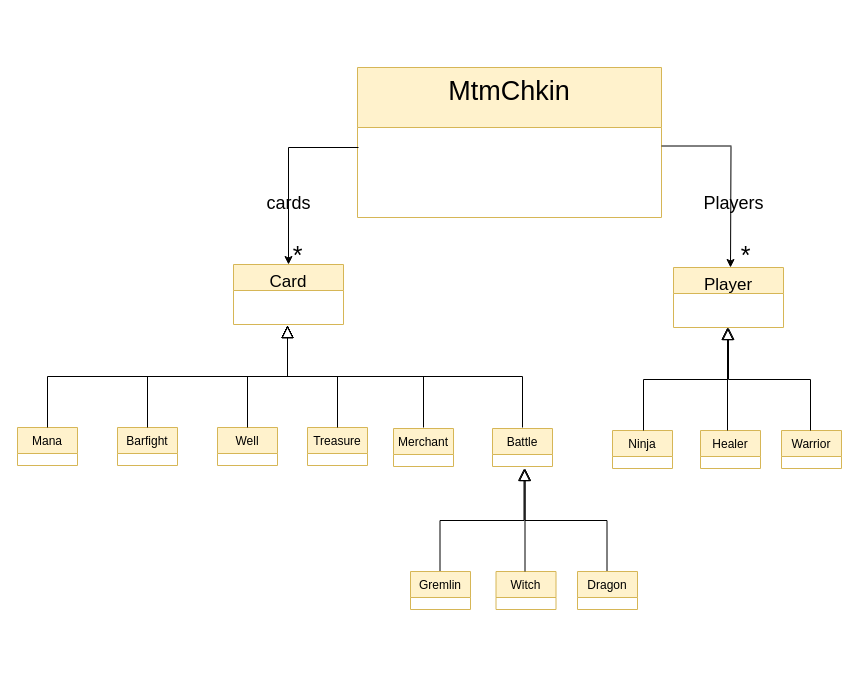
jonahtan1995/project-Cpp keeps this draw.io diagram as Copy of Untitled Diagram.drawio. Above is the earlier version. Source tidied: cells renumbered, new cells numbered last; positions are measured from the earlier drawing's top-left corner, leaving out a move shared by most shapes. Both pictures are drawn from the tidied source at 100%, with x=0, y=0 at pixel (17, 67).
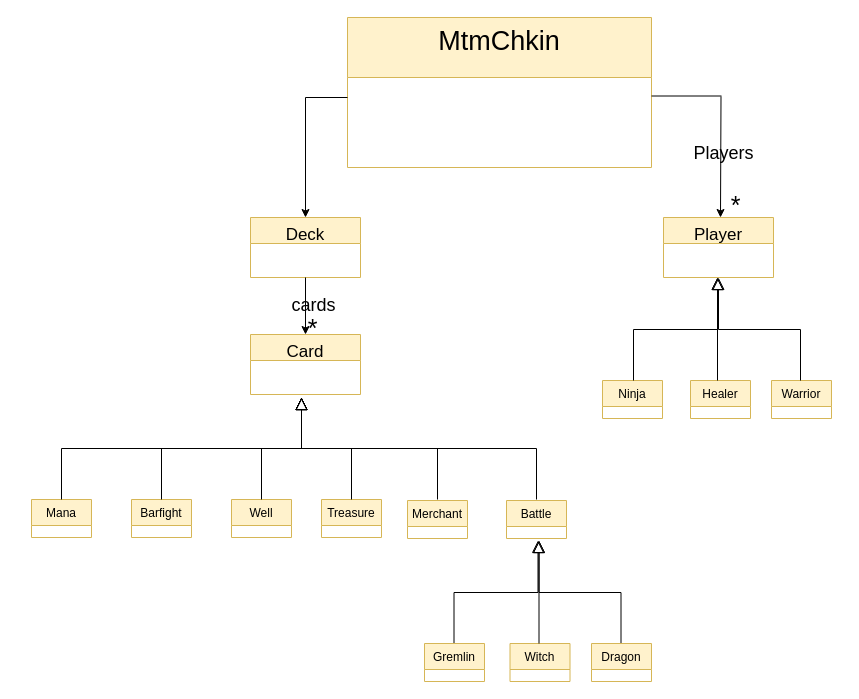
After the change.

Diff of the diagram source:
```diff
@@
     <mxCell id="2" value="Mana" style="swimlane;fontStyle=0;align=center;verticalAlign=top;horizontal=1;startSize=26;rounded=0;shadow=0;strokeWidth=1;fontSize=12;fillColor=#fff2cc;strokeColor=#d6b656;" parent="1" vertex="1">
-      <mxGeometry y="360" width="60" height="38" as="geometry" />
+      <mxGeometry x="14" y="432" width="60" height="38" as="geometry" />
     </mxCell>
     <mxCell id="3" style="endArrow=block;endSize=10;endFill=0;shadow=0;strokeWidth=1;rounded=0;edgeStyle=elbowEdgeStyle;elbow=vertical;fontSize=12;" parent="1" edge="1" source="2">
       <mxGeometry relative="1" as="geometry">
-        <mxPoint x="270" y="258" as="targetPoint" />
+        <mxPoint x="284" y="330" as="targetPoint" />
       </mxGeometry>
     </mxCell>
     <mxCell id="4" value="Well" style="swimlane;fontStyle=0;align=center;verticalAlign=top;horizontal=1;startSize=26;rounded=0;shadow=0;strokeWidth=1;fontSize=12;fillColor=#fff2cc;strokeColor=#d6b656;" parent="1" vertex="1">
-      <mxGeometry x="200" y="360" width="60" height="38" as="geometry" />
+      <mxGeometry x="214" y="432" width="60" height="38" as="geometry" />
     </mxCell>
     <mxCell id="5" value="Barfight" style="swimlane;fontStyle=0;align=center;verticalAlign=top;horizontal=1;startSize=26;rounded=0;shadow=0;strokeWidth=1;fontSize=12;fillColor=#fff2cc;strokeColor=#d6b656;" parent="1" vertex="1">
-      <mxGeometry x="100" y="360" width="60" height="38" as="geometry" />
+      <mxGeometry x="114" y="432" width="60" height="38" as="geometry" />
     </mxCell>
     <mxCell id="6" value="Treasure" style="swimlane;fontStyle=0;align=center;verticalAlign=top;horizontal=1;startSize=26;rounded=0;shadow=0;strokeWidth=1;fontSize=12;fillColor=#fff2cc;strokeColor=#d6b656;" parent="1" vertex="1">
-      <mxGeometry x="290" y="360" width="60" height="38" as="geometry" />
+      <mxGeometry x="304" y="432" width="60" height="38" as="geometry" />
     </mxCell>
     <mxCell id="7" value="Merchant" style="swimlane;fontStyle=0;align=center;verticalAlign=top;horizontal=1;startSize=26;rounded=0;shadow=0;strokeWidth=1;fontSize=12;fillColor=#fff2cc;strokeColor=#d6b656;" parent="1" vertex="1">
-      <mxGeometry x="376" y="361" width="60" height="38" as="geometry" />
+      <mxGeometry x="390" y="433" width="60" height="38" as="geometry" />
     </mxCell>
     <mxCell id="8" value="Ninja" style="swimlane;fontStyle=0;align=center;verticalAlign=top;horizontal=1;startSize=26;rounded=0;shadow=0;strokeWidth=1;fontSize=12;fillColor=#fff2cc;strokeColor=#d6b656;" parent="1" vertex="1">
-      <mxGeometry x="595" y="363" width="60" height="38" as="geometry" />
+      <mxGeometry x="585" y="313" width="60" height="38" as="geometry" />
     </mxCell>
     <mxCell id="9" value="Battle" style="swimlane;fontStyle=0;align=center;verticalAlign=top;horizontal=1;startSize=26;rounded=0;shadow=0;strokeWidth=1;fontSize=12;fillColor=#fff2cc;strokeColor=#d6b656;" parent="1" vertex="1">
-      <mxGeometry x="475" y="361" width="60" height="38" as="geometry" />
+      <mxGeometry x="489" y="433" width="60" height="38" as="geometry" />
     </mxCell>
     <mxCell id="10" value="Healer" style="swimlane;fontStyle=0;align=center;verticalAlign=top;horizontal=1;startSize=26;rounded=0;shadow=0;strokeWidth=1;fontSize=12;fillColor=#fff2cc;strokeColor=#d6b656;" parent="1" vertex="1">
-      <mxGeometry x="683" y="363" width="60" height="38" as="geometry" />
+      <mxGeometry x="673" y="313" width="60" height="38" as="geometry" />
     </mxCell>
     <mxCell id="11" value="Warrior" style="swimlane;fontStyle=0;align=center;verticalAlign=top;horizontal=1;startSize=26;rounded=0;shadow=0;strokeWidth=1;fontSize=12;fillColor=#fff2cc;strokeColor=#d6b656;" parent="1" vertex="1">
-      <mxGeometry x="764" y="363" width="60" height="38" as="geometry" />
+      <mxGeometry x="754" y="313" width="60" height="38" as="geometry" />
     </mxCell>
     <mxCell id="12" style="endArrow=block;endSize=10;endFill=0;shadow=0;strokeWidth=1;rounded=0;edgeStyle=elbowEdgeStyle;elbow=vertical;fontSize=12;" parent="1" edge="1">
       <mxGeometry relative="1" as="geometry">
-        <mxPoint x="130" y="360" as="sourcePoint" />
-        <mxPoint x="270" y="258" as="targetPoint" />
+        <mxPoint x="144" y="432" as="sourcePoint" />
+        <mxPoint x="284" y="330" as="targetPoint" />
       </mxGeometry>
     </mxCell>
     <mxCell id="13" style="endArrow=block;endSize=10;endFill=0;shadow=0;strokeWidth=1;rounded=0;edgeStyle=elbowEdgeStyle;elbow=vertical;fontSize=12;" parent="1" edge="1">
       <mxGeometry relative="1" as="geometry">
-        <mxPoint x="230" y="360" as="sourcePoint" />
-        <mxPoint x="270" y="258" as="targetPoint" />
+        <mxPoint x="244" y="432" as="sourcePoint" />
+        <mxPoint x="284" y="330" as="targetPoint" />
       </mxGeometry>
     </mxCell>
     <mxCell id="14" style="endArrow=block;endSize=10;endFill=0;shadow=0;strokeWidth=1;rounded=0;edgeStyle=elbowEdgeStyle;elbow=vertical;fontSize=12;" parent="1" edge="1">
       <mxGeometry relative="1" as="geometry">
-        <mxPoint x="320" y="360" as="sourcePoint" />
-        <mxPoint x="270" y="258" as="targetPoint" />
+        <mxPoint x="334" y="432" as="sourcePoint" />
+        <mxPoint x="284" y="330" as="targetPoint" />
       </mxGeometry>
     </mxCell>
     <mxCell id="15" style="endArrow=block;endSize=10;endFill=0;shadow=0;strokeWidth=1;rounded=0;edgeStyle=elbowEdgeStyle;elbow=vertical;fontSize=12;" parent="1" edge="1">
       <mxGeometry relative="1" as="geometry">
-        <mxPoint x="406" y="360" as="sourcePoint" />
-        <mxPoint x="270" y="258" as="targetPoint" />
+        <mxPoint x="420" y="432" as="sourcePoint" />
+        <mxPoint x="284" y="330" as="targetPoint" />
       </mxGeometry>
     </mxCell>
     <mxCell id="16" style="endArrow=block;endSize=10;endFill=0;shadow=0;strokeWidth=1;rounded=0;edgeStyle=elbowEdgeStyle;elbow=vertical;fontSize=12;" parent="1" edge="1">
       <mxGeometry relative="1" as="geometry">
-        <mxPoint x="505" y="360" as="sourcePoint" />
-        <mxPoint x="270" y="258" as="targetPoint" />
+        <mxPoint x="519" y="432" as="sourcePoint" />
+        <mxPoint x="284" y="330" as="targetPoint" />
       </mxGeometry>
     </mxCell>
     <mxCell id="17" value="Card" style="swimlane;fontStyle=0;align=center;verticalAlign=top;horizontal=1;startSize=26;rounded=0;shadow=0;strokeWidth=1;fontSize=17;fillColor=#fff2cc;strokeColor=#d6b656;" parent="1" vertex="1">
-      <mxGeometry x="216" y="197" width="110" height="60" as="geometry" />
+      <mxGeometry x="233" y="267" width="110" height="60" as="geometry" />
     </mxCell>
     <mxCell id="18" value="Player" style="swimlane;fontStyle=0;align=center;verticalAlign=top;horizontal=1;startSize=26;rounded=0;shadow=0;strokeWidth=1;fontSize=17;fillColor=#fff2cc;strokeColor=#d6b656;" parent="1" vertex="1">
-      <mxGeometry x="656" y="200" width="110" height="60" as="geometry" />
+      <mxGeometry x="646" y="150" width="110" height="60" as="geometry" />
     </mxCell>
     <mxCell id="19" style="endArrow=block;endSize=10;endFill=0;shadow=0;strokeWidth=1;rounded=0;edgeStyle=elbowEdgeStyle;elbow=vertical;fontSize=12;entryX=0.5;entryY=1;entryDx=0;entryDy=0;" parent="1" edge="1" target="18">
       <mxGeometry relative="1" as="geometry">
-        <mxPoint x="793" y="363" as="sourcePoint" />
+        <mxPoint x="783" y="313" as="sourcePoint" />
       </mxGeometry>
     </mxCell>
     <mxCell id="20" style="endArrow=block;endSize=10;endFill=0;shadow=0;strokeWidth=1;rounded=0;edgeStyle=elbowEdgeStyle;elbow=vertical;fontSize=12;" parent="1" edge="1">
       <mxGeometry relative="1" as="geometry">
-        <mxPoint x="626" y="363" as="sourcePoint" />
-        <mxPoint x="710" y="260" as="targetPoint" />
+        <mxPoint x="616" y="313" as="sourcePoint" />
+        <mxPoint x="700" y="210" as="targetPoint" />
       </mxGeometry>
     </mxCell>
     <mxCell id="21" style="endArrow=block;endSize=10;endFill=0;shadow=0;strokeWidth=1;rounded=0;edgeStyle=elbowEdgeStyle;elbow=vertical;fontSize=12;" parent="1" edge="1">
       <mxGeometry relative="1" as="geometry">
-        <mxPoint x="710" y="363" as="sourcePoint" />
-        <mxPoint x="710" y="260" as="targetPoint" />
+        <mxPoint x="700" y="313" as="sourcePoint" />
+        <mxPoint x="700" y="210" as="targetPoint" />
       </mxGeometry>
     </mxCell>
     <mxCell id="22" value="MtmChkin" style="swimlane;fontStyle=0;align=center;verticalAlign=top;horizontal=1;startSize=60;rounded=0;shadow=0;strokeWidth=1;fontSize=27;fillColor=#fff2cc;strokeColor=#d6b656;" parent="1" vertex="1">
-      <mxGeometry x="340" width="304" height="150" as="geometry" />
+      <mxGeometry x="330" y="-50" width="304" height="150" as="geometry" />
     </mxCell>
-    <mxCell id="23" style="endArrow=classic;html=1;rounded=0;entryX=0.5;entryY=0;entryDx=0;entryDy=0;" parent="1" edge="1" target="17">
-      <mxGeometry relative="1" as="geometry">
-        <mxPoint x="271" y="80" as="sourcePoint" />
-      </mxGeometry>
-    </mxCell>
-    <mxCell id="24" style="endArrow=none;html=1;rounded=0;" parent="1" edge="1">
-      <mxGeometry relative="1" as="geometry">
-        <mxPoint x="271" y="80" as="sourcePoint" />
-        <mxPoint x="341" y="80" as="targetPoint" />
-      </mxGeometry>
-    </mxCell>
     <mxCell id="25" style="endArrow=none;html=1;rounded=0;" parent="1" edge="1">
       <mxGeometry relative="1" as="geometry">
-        <mxPoint x="644" y="78.5" as="sourcePoint" />
-        <mxPoint x="714" y="78.5" as="targetPoint" />
+        <mxPoint x="634" y="28.5" as="sourcePoint" />
+        <mxPoint x="704" y="28.5" as="targetPoint" />
       </mxGeometry>
     </mxCell>
     <mxCell id="26" style="endArrow=classic;html=1;rounded=0;" parent="1" edge="1">
       <mxGeometry relative="1" as="geometry">
-        <mxPoint x="713.5" y="79" as="sourcePoint" />
-        <mxPoint x="713" y="200" as="targetPoint" />
+        <mxPoint x="703.5" y="29" as="sourcePoint" />
+        <mxPoint x="703" y="150" as="targetPoint" />
       </mxGeometry>
     </mxCell>
     <mxCell id="27" value="Witch" style="swimlane;fontStyle=0;align=center;verticalAlign=top;horizontal=1;startSize=26;rounded=0;shadow=0;strokeWidth=1;fontSize=12;fillColor=#fff2cc;strokeColor=#d6b656;" parent="1" vertex="1">
-      <mxGeometry x="478.5" y="504" width="60" height="38" as="geometry" />
+      <mxGeometry x="492.5" y="576" width="60" height="38" as="geometry" />
     </mxCell>
     <mxCell id="28" style="endArrow=block;endSize=10;endFill=0;shadow=0;strokeWidth=1;rounded=0;edgeStyle=elbowEdgeStyle;elbow=vertical;fontSize=12;entryX=0.5;entryY=1;entryDx=0;entryDy=0;" parent="1" edge="1">
       <mxGeometry relative="1" as="geometry">
-        <mxPoint x="589.5" y="504" as="sourcePoint" />
-        <mxPoint x="507.5" y="401" as="targetPoint" />
+        <mxPoint x="603.5" y="576" as="sourcePoint" />
+        <mxPoint x="521.5" y="473" as="targetPoint" />
       </mxGeometry>
     </mxCell>
     <mxCell id="29" style="endArrow=block;endSize=10;endFill=0;shadow=0;strokeWidth=1;rounded=0;edgeStyle=elbowEdgeStyle;elbow=vertical;fontSize=12;" parent="1" edge="1">
       <mxGeometry relative="1" as="geometry">
-        <mxPoint x="422.5" y="504" as="sourcePoint" />
-        <mxPoint x="506.5" y="401" as="targetPoint" />
+        <mxPoint x="436.5" y="576" as="sourcePoint" />
+        <mxPoint x="520.5" y="473" as="targetPoint" />
       </mxGeometry>
     </mxCell>
     <mxCell id="30" style="endArrow=block;endSize=10;endFill=0;shadow=0;strokeWidth=1;rounded=0;edgeStyle=elbowEdgeStyle;elbow=vertical;fontSize=12;" parent="1" edge="1">
       <mxGeometry relative="1" as="geometry">
-        <mxPoint x="507.5" y="504" as="sourcePoint" />
-        <mxPoint x="507.5" y="401" as="targetPoint" />
+        <mxPoint x="521.5" y="576" as="sourcePoint" />
+        <mxPoint x="521.5" y="473" as="targetPoint" />
       </mxGeometry>
     </mxCell>
     <mxCell id="31" value="Dragon" style="swimlane;fontStyle=0;align=center;verticalAlign=top;horizontal=1;startSize=26;rounded=0;shadow=0;strokeWidth=1;fontSize=12;fillColor=#fff2cc;strokeColor=#d6b656;" parent="1" vertex="1">
-      <mxGeometry x="560" y="504" width="60" height="38" as="geometry" />
+      <mxGeometry x="574" y="576" width="60" height="38" as="geometry" />
     </mxCell>
     <mxCell id="32" value="Gremlin" style="swimlane;fontStyle=0;align=center;verticalAlign=top;horizontal=1;startSize=26;rounded=0;shadow=0;strokeWidth=1;fontSize=12;fillColor=#fff2cc;strokeColor=#d6b656;" parent="1" vertex="1">
-      <mxGeometry x="393" y="504" width="60" height="38" as="geometry" />
+      <mxGeometry x="407" y="576" width="60" height="38" as="geometry" />
     </mxCell>
     <mxCell id="33" value="*" style="text;html=1;align=center;verticalAlign=middle;strokeColor=none;fillColor=none;fontSize=25;" parent="1" vertex="1">
-      <mxGeometry x="265" y="167" width="30" height="40" as="geometry" />
+      <mxGeometry x="280" y="240" width="30" height="40" as="geometry" />
     </mxCell>
     <mxCell id="34" value="*" style="text;html=1;align=center;verticalAlign=middle;strokeColor=none;fillColor=none;fontSize=25;" parent="1" vertex="1">
-      <mxGeometry x="713" y="167" width="30" height="40" as="geometry" />
+      <mxGeometry x="703" y="117" width="30" height="40" as="geometry" />
     </mxCell>
     <mxCell id="35" value="Players" style="text;html=1;align=center;verticalAlign=middle;strokeColor=none;fillColor=none;fontSize=18;" parent="1" vertex="1">
-      <mxGeometry x="676" y="116" width="80" height="40" as="geometry" />
+      <mxGeometry x="666" y="66" width="80" height="40" as="geometry" />
     </mxCell>
     <mxCell id="36" value="cards" style="text;html=1;align=center;verticalAlign=middle;strokeColor=none;fillColor=none;fontSize=18;" parent="1" vertex="1">
-      <mxGeometry x="236" y="116" width="70" height="40" as="geometry" />
+      <mxGeometry x="261" y="218" width="70" height="40" as="geometry" />
     </mxCell>
+    <mxCell id="37" value="Deck" style="swimlane;fontStyle=0;align=center;verticalAlign=top;horizontal=1;startSize=26;rounded=0;shadow=0;strokeWidth=1;fontSize=17;fillColor=#fff2cc;strokeColor=#d6b656;" parent="1" vertex="1">
+      <mxGeometry x="233" y="150" width="110" height="60" as="geometry" />
+    </mxCell>
+    <mxCell id="38" style="endArrow=none;html=1;rounded=0;" parent="1" edge="1">
+      <mxGeometry relative="1" as="geometry">
+        <mxPoint x="288" y="30" as="sourcePoint" />
+        <mxPoint x="330" y="30" as="targetPoint" />
+      </mxGeometry>
+    </mxCell>
+    <mxCell id="39" style="endArrow=classic;html=1;rounded=0;entryX=0.5;entryY=0;entryDx=0;entryDy=0;" parent="1" edge="1">
+      <mxGeometry relative="1" as="geometry">
+        <mxPoint x="288" y="30" as="sourcePoint" />
+        <mxPoint x="288" y="150" as="targetPoint" />
+      </mxGeometry>
+    </mxCell>
+    <mxCell id="40" style="endArrow=classic;html=1;rounded=0;entryX=0.5;entryY=0;entryDx=0;entryDy=0;exitX=0.5;exitY=1;exitDx=0;exitDy=0;" parent="1" edge="1" source="37" target="17">
+      <mxGeometry relative="1" as="geometry" />
+    </mxCell>
```
